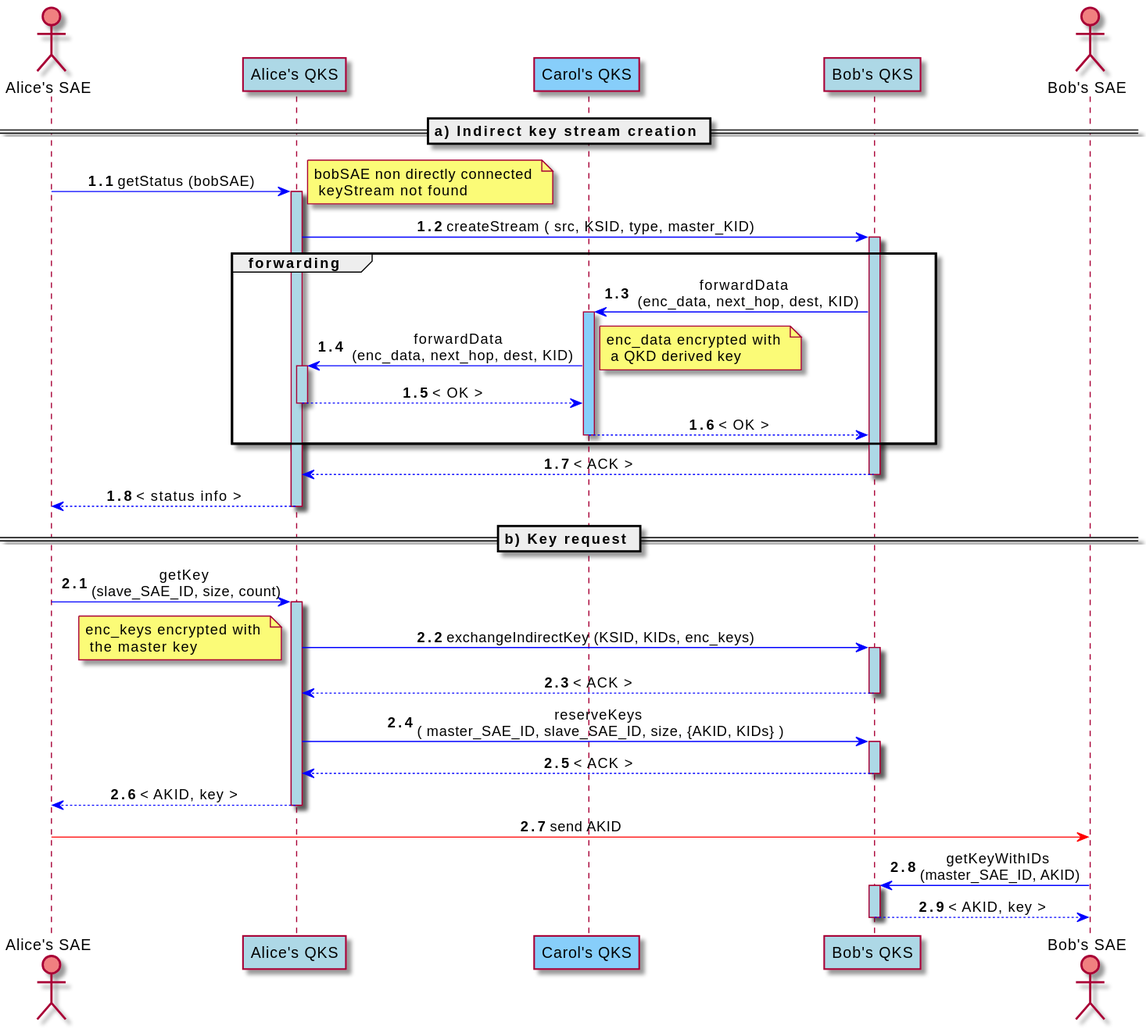
ignaziopedone/qkd-keyserver keeps this PlantUML diagram as docs/img/TN_sequence_diagram.svg. Above is the earlier version.
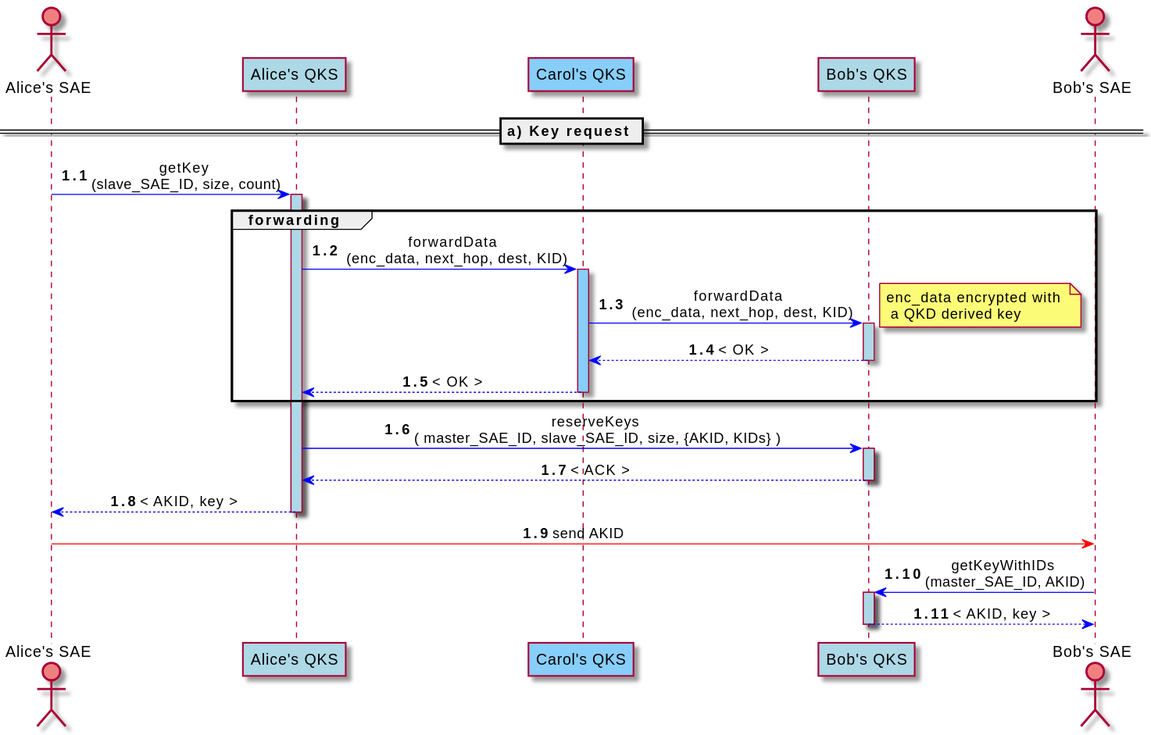
The same file after the commit.

The edit, as a diff of the source:
```diff
@@ -6,30 +6,18 @@
 participant "Bob's QKS" as BQKS order 4 #LightBlue
 participant "Carol's QKS" as CQKS order 3 #lightskyblue
 
-== a) Indirect key stream creation ==
+== a) Key request ==
 autonumber 1.1
-ASAE -[#blue]> AQKS ++ #LightBlue: getStatus (bobSAE)
-note right: bobSAE non directly connected \n keyStream not found
-AQKS -[#blue]> BQKS ++ #lightblue : createStream ( src, KSID, type, master_KID)
+ASAE -[#blue]> AQKS ++ #LightBlue: getKey \n(slave_SAE_ID, size, count)
 
 group forwarding
-BQKS -[#blue]> CQKS ++ #lightskyblue: forwardData \n (enc_data, next_hop, dest, KID)
-CQKS -[#blue]> AQKS ++ #lightblue: forwardData \n (enc_data, next_hop, dest, KID)
+AQKS -[#blue]> CQKS ++ #lightskyblue: forwardData \n (enc_data, next_hop, dest, KID)
+CQKS -[#blue]> BQKS ++ #lightblue: forwardData \n (enc_data, next_hop, dest, KID)
 note right: enc_data encrypted with \n a QKD derived key
-AQKS -[#blue]-> CQKS --: < OK >
-CQKS -[#blue]-> BQKS --: < OK >
+BQKS -[#blue]-> CQKS --: < OK >
+CQKS -[#blue]-> AQKS --: < OK >
 end
 
-BQKS -[#blue]-> AQKS --: < ACK >
-AQKS -[#blue]-> ASAE --: < status info >
-
-
-== b) Key request ==
-autonumber inc A
-ASAE -[#blue]> AQKS ++ #LightBlue: getKey \n(slave_SAE_ID, size, count)
-AQKS -[#blue]> BQKS ++ #LightBlue: exchangeIndirectKey (KSID, KIDs, enc_keys)
-note left: enc_keys encrypted with \n the master key
-BQKS -[#blue]-> AQKS --: < ACK >
 AQKS -[#blue]> BQKS ++ #LightBlue:  reserveKeys \n( master_SAE_ID, slave_SAE_ID, size, {AKID, KIDs} )
 BQKS -[#blue]-> AQKS --: < ACK >
 AQKS -[#blue]-> ASAE -- : < AKID, key >
```
